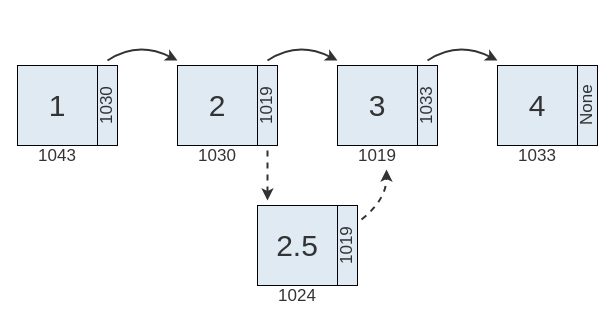
Before: page "insercion-medio-0" (4 of 11) of teoria/04_estructuras_y_algoritmos/imgs/02/lista_enlazada.drawio in ee-unr/programacion-2, a draw.io diagram. Source tidied: cells renumbered, new cells numbered last; positions are measured from the earlier drawing's top-left corner, leaving out a move shared by most shapes. Both pictures are drawn from the tidied source at 100%, with x=0, y=0 at pixel (17, 40).
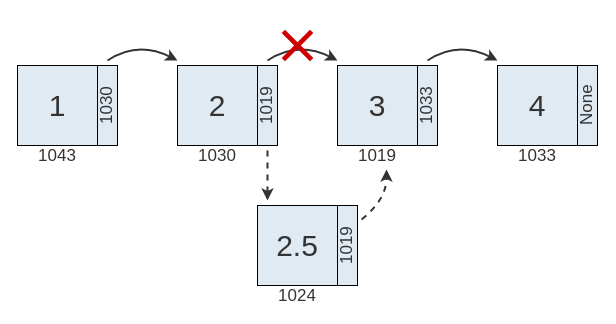
After the change.

Change to the diagram source:
```diff
@@
+    <mxCell id="32" style="shape=cross;whiteSpace=wrap;html=1;rotation=45;size=0.11750450922658615;strokeColor=none;fillColor=#CC0000;" parent="1" vertex="1">
+      <mxGeometry x="260" y="-15" width="40" height="40" as="geometry" />
+    </mxCell>
```
